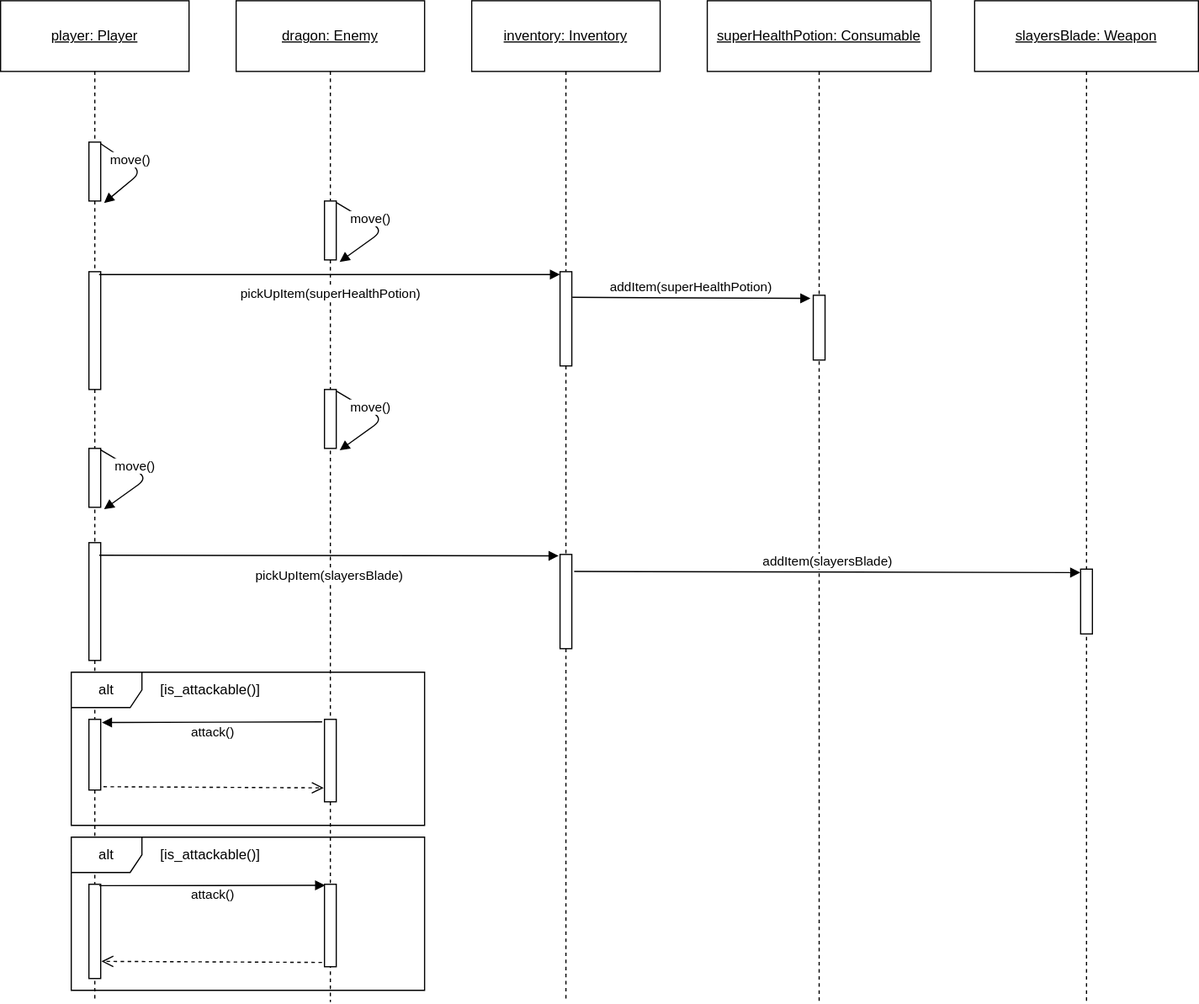
Before: diagrams/sequence_diagram.drawio.svg, a diagram exported from draw.io (nagutabby/roguelike-simulator). Source tidied: cells renumbered, new cells last; positions are measured from the earlier drawing's top-left corner, leaving out a move shared by most shapes.
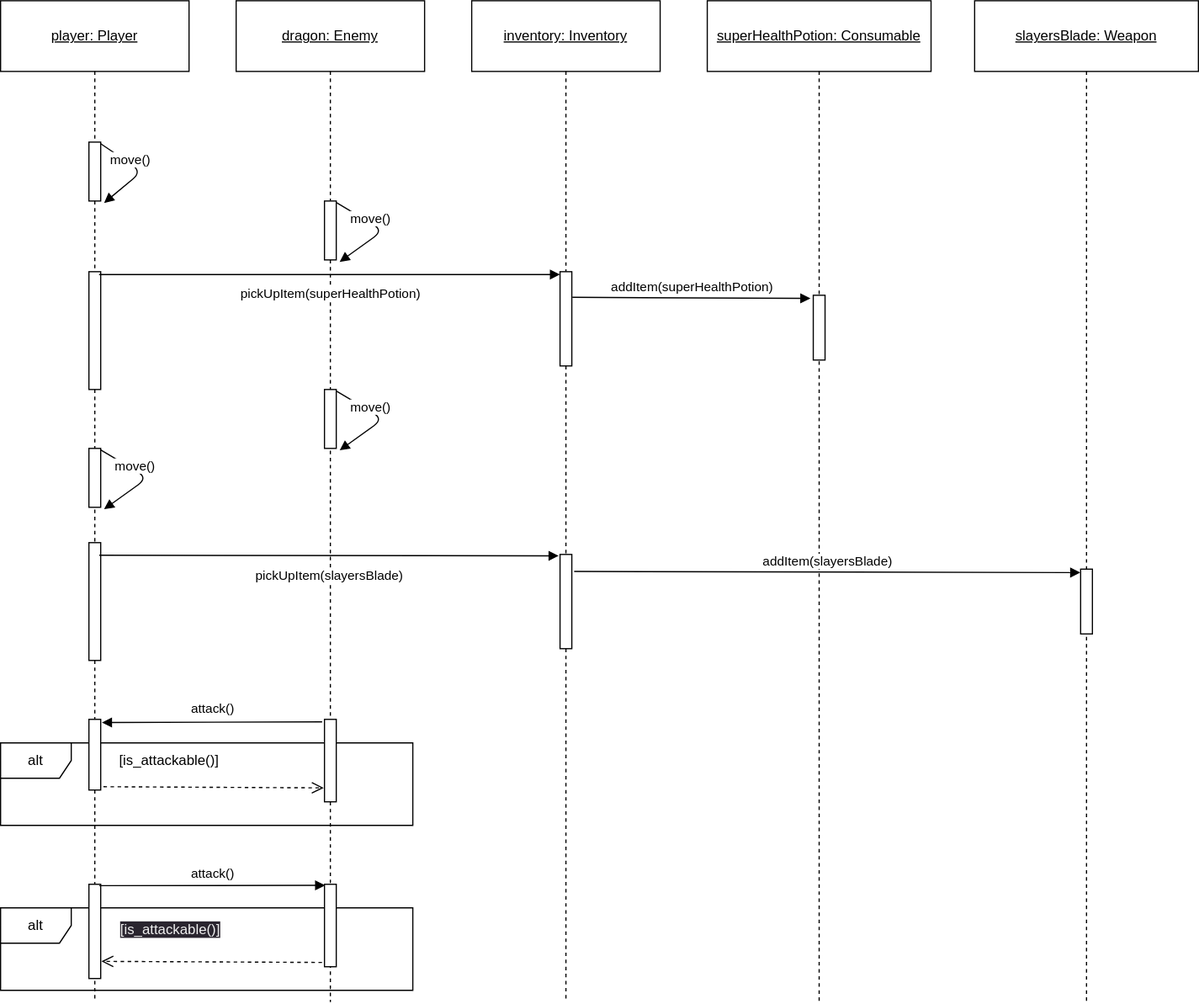
After the change.

Commit message:
リプライメッセージの直前にガード条件を実行する

Change to the diagram source:
```diff
@@ -9,7 +9,7 @@
       <mxGeometry x="1" relative="1" as="geometry" />
     </mxCell>
     <mxCell id="4" value="alt" style="shape=umlFrame;whiteSpace=wrap;html=1;" parent="1" vertex="1">
-      <mxGeometry x="60" y="570" width="300" height="130" as="geometry" />
+      <mxGeometry y="630" width="350" height="70" as="geometry" />
     </mxCell>
     <mxCell id="5" style="edgeStyle=none;html=1;dashed=1;endArrow=none;align=center;verticalAlign=bottom;exitX=0.5;exitY=1;startArrow=none;" parent="1" edge="1" source="19" target="27">
       <mxGeometry x="1" relative="1" as="geometry" />
@@ -112,11 +112,8 @@
     <mxCell id="30" style="html=1;points=[];perimeter=orthogonalPerimeter;" parent="1" vertex="1">
       <mxGeometry x="75" y="610" width="10" height="60" as="geometry" />
     </mxCell>
-    <mxCell id="31" value="[is_attackable()]" style="text;strokeColor=none;fillColor=none;align=left;verticalAlign=middle;spacingLeft=4;spacingRight=4;overflow=hidden;whiteSpace=wrap;html=1;" parent="1" vertex="1">
-      <mxGeometry x="130" y="570" width="140" height="30" as="geometry" />
-    </mxCell>
     <mxCell id="32" value="attack()" style="html=1;verticalAlign=bottom;endArrow=block;entryX=1.101;entryY=0.045;entryDx=0;entryDy=0;entryPerimeter=0;exitX=-0.199;exitY=0.031;exitDx=0;exitDy=0;exitPerimeter=0;" parent="1" edge="1" source="34" target="30">
-      <mxGeometry y="18" relative="1" as="geometry" />
+      <mxGeometry x="-0.01" y="-2" relative="1" as="geometry" />
     </mxCell>
     <mxCell id="33" style="html=1;verticalAlign=bottom;endArrow=open;dashed=1;endSize=8;exitX=1.234;exitY=0.953;exitDx=0;exitDy=0;exitPerimeter=0;entryX=-0.066;entryY=0.831;entryDx=0;entryDy=0;entryPerimeter=0;" parent="1" edge="1" source="30" target="34">
       <mxGeometry x="0.1" y="16" relative="1" as="geometry" />
@@ -137,16 +134,13 @@
       <mxGeometry x="90" y="482.5" width="10" height="55" as="geometry" />
     </mxCell>
     <mxCell id="39" value="alt" style="shape=umlFrame;whiteSpace=wrap;html=1;" parent="1" vertex="1">
-      <mxGeometry x="60" y="710" width="300" height="130" as="geometry" />
+      <mxGeometry y="770" width="350" height="70" as="geometry" />
     </mxCell>
     <mxCell id="40" style="html=1;points=[];perimeter=orthogonalPerimeter;" parent="1" vertex="1">
       <mxGeometry x="75" y="750" width="10" height="80" as="geometry" />
     </mxCell>
-    <mxCell id="41" value="[is_attackable()]" style="text;strokeColor=none;fillColor=none;align=left;verticalAlign=middle;spacingLeft=4;spacingRight=4;overflow=hidden;whiteSpace=wrap;html=1;" parent="1" vertex="1">
-      <mxGeometry x="130" y="710" width="140" height="30" as="geometry" />
-    </mxCell>
     <mxCell id="42" value="attack()" style="html=1;verticalAlign=bottom;endArrow=block;exitX=0.879;exitY=0.015;exitDx=0;exitDy=0;exitPerimeter=0;entryX=0.061;entryY=0.013;entryDx=0;entryDy=0;entryPerimeter=0;" parent="1" edge="1" source="40" target="44">
-      <mxGeometry y="-17" relative="1" as="geometry" />
+      <mxGeometry y="1" relative="1" as="geometry" />
     </mxCell>
     <mxCell id="43" style="html=1;verticalAlign=bottom;endArrow=open;dashed=1;endSize=8;exitX=-0.211;exitY=0.948;exitDx=0;exitDy=0;exitPerimeter=0;entryX=1.061;entryY=0.818;entryDx=0;entryDy=0;entryPerimeter=0;" parent="1" edge="1" source="44" target="40">
       <mxGeometry x="0.1" y="16" relative="1" as="geometry" />
@@ -160,5 +154,11 @@
     <mxCell id="46" value="&lt;span style=&quot;&quot;&gt;addItem(slayersBlade)&lt;/span&gt;" style="html=1;verticalAlign=bottom;endArrow=block;entryX=-0.03;entryY=0.053;entryDx=0;entryDy=0;entryPerimeter=0;exitX=1.198;exitY=0.181;exitDx=0;exitDy=0;exitPerimeter=0;" parent="1" edge="1" source="29" target="38">
       <mxGeometry relative="1" as="geometry" />
     </mxCell>
+    <mxCell id="47" value="[is_attackable()]" style="text;strokeColor=none;fillColor=none;align=left;verticalAlign=middle;spacingLeft=4;spacingRight=4;overflow=hidden;whiteSpace=wrap;html=1;" parent="1" vertex="1">
+      <mxGeometry x="95" y="635" width="130" height="20" as="geometry" />
+    </mxCell>
+    <mxCell id="48" value="&lt;meta charset=&quot;utf-8&quot;&gt;&lt;span style=&quot;color: rgb(240, 240, 240); font-family: Helvetica; font-size: 12px; font-style: normal; font-variant-ligatures: normal; font-variant-caps: normal; font-weight: 400; letter-spacing: normal; orphans: 2; text-align: left; text-indent: 0px; text-transform: none; widows: 2; word-spacing: 0px; -webkit-text-stroke-width: 0px; background-color: rgb(42, 37, 47); text-decoration-thickness: initial; text-decoration-style: initial; text-decoration-color: initial; float: none; display: inline !important;&quot;&gt;[is_attackable()]&lt;/span&gt;" style="text;whiteSpace=wrap;html=1;" parent="1" vertex="1">
+      <mxGeometry x="100" y="775" width="120" height="30" as="geometry" />
+    </mxCell>
   </root>
 </mxGraphModel>
```
